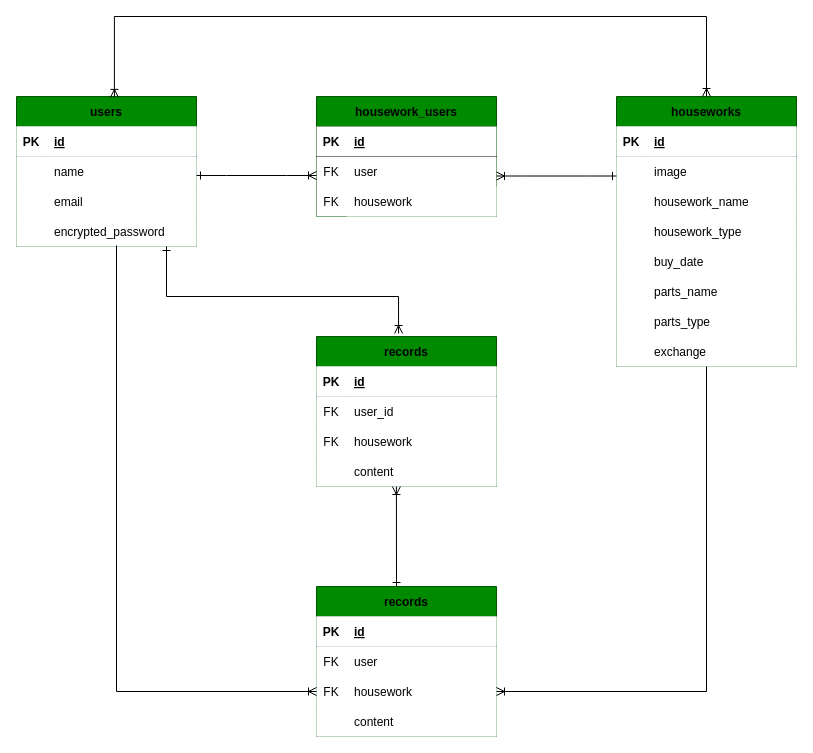
Earlier version of the draw.io diagram clean_note.dio (ikumi-taka/clean-note). Source tidied: cells renumbered, new cells numbered last; positions are measured from the earlier drawing's top-left corner, leaving out a move shared by most shapes. Both pictures are drawn from the tidied source at 100%, with x=0, y=0 at pixel (16, 16).
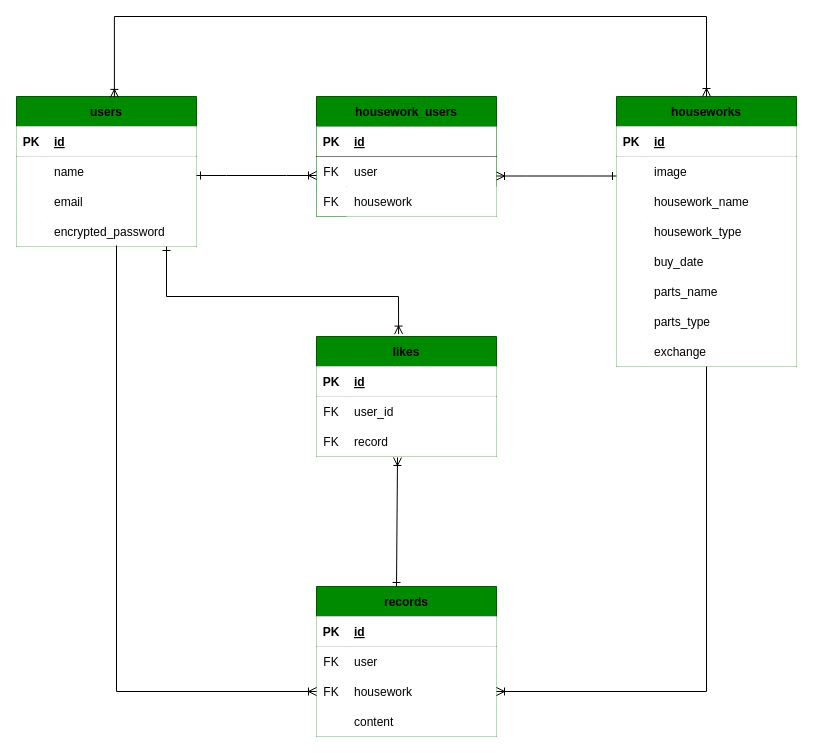
The same page after the edit.

Commit message (it also covers changes not shown here):
ER図修正に伴い、README編集

Unchanged cells that the change refers to:
```xml
<mxCell id="75" style="shape=partialRectangle;fillColor=#FFFFFF;top=0;left=0;bottom=0;right=0;points=[[0,0.5],[1,0.5]];portConstraint=eastwest;rounded=0;fontColor=#000000;" parent="68" vertex="1">
  <mxGeometry y="90" width="180" height="30" as="geometry" />
</mxCell>
```

Diff of the diagram source:
```diff
@@
-    <mxCell id="68" value="records" style="shape=table;startSize=30;childLayout=tableLayout;rowLines=0;fontStyle=1;align=center;fillColor=#008a00;fontColor=#000000;strokeColor=#005700;rounded=0;" parent="1" vertex="1">
-      <mxGeometry x="300" y="320" width="180" height="150" as="geometry" />
+    <mxCell id="68" value="likes" style="shape=table;startSize=30;childLayout=tableLayout;rowLines=0;fontStyle=1;align=center;fillColor=#008a00;fontColor=#000000;strokeColor=#005700;rounded=0;" parent="1" vertex="1">
+      <mxGeometry x="300" y="320" width="180" height="120" as="geometry" />
     </mxCell>
@@
-    <mxCell id="77" value="housework" style="shape=partialRectangle;fillColor=#FFFFFF;top=0;left=0;bottom=0;right=0;align=left;spacingLeft=6;fontStyle=0;overflow=hidden;rounded=0;fontColor=#000000;" parent="75" vertex="1">
+    <mxCell id="77" value="record" style="shape=partialRectangle;fillColor=#FFFFFF;top=0;left=0;bottom=0;right=0;align=left;spacingLeft=6;fontStyle=0;overflow=hidden;rounded=0;fontColor=#000000;" parent="75" vertex="1">
       <mxGeometry x="30" width="150" height="30" as="geometry" />
     </mxCell>
-    <mxCell id="78" style="shape=partialRectangle;fillColor=#FFFFFF;top=0;left=0;bottom=0;right=0;points=[[0,0.5],[1,0.5]];portConstraint=eastwest;rounded=0;fontColor=#000000;" parent="68" vertex="1">
-      <mxGeometry y="120" width="180" height="30" as="geometry" />
-    </mxCell>
-    <mxCell id="79" style="shape=partialRectangle;fillColor=#FFFFFF;top=0;left=0;bottom=0;right=0;overflow=hidden;rounded=0;fontColor=#000000;" parent="78" vertex="1">
-      <mxGeometry width="30" height="30" as="geometry" />
-    </mxCell>
-    <mxCell id="80" value="content" style="shape=partialRectangle;fillColor=#FFFFFF;top=0;left=0;bottom=0;right=0;align=left;spacingLeft=6;overflow=hidden;rounded=0;fontColor=#000000;" parent="78" vertex="1">
-      <mxGeometry x="30" width="150" height="30" as="geometry" />
-    </mxCell>
-    <mxCell id="81" style="endArrow=ERoneToMany;html=1;rounded=0;entryX=0.444;entryY=1;entryDx=0;entryDy=0;entryPerimeter=0;endFill=0;startArrow=ERone;startFill=0;" parent="1" edge="1" target="78">
+    <mxCell id="81" style="endArrow=ERoneToMany;html=1;rounded=0;entryX=0.45;entryY=1.033;entryDx=0;entryDy=0;entryPerimeter=0;endFill=0;startArrow=ERone;startFill=0;" parent="1" edge="1" target="75">
       <mxGeometry relative="1" as="geometry">
         <mxPoint x="380" y="570" as="sourcePoint" />
       </mxGeometry>
     </mxCell>
```
